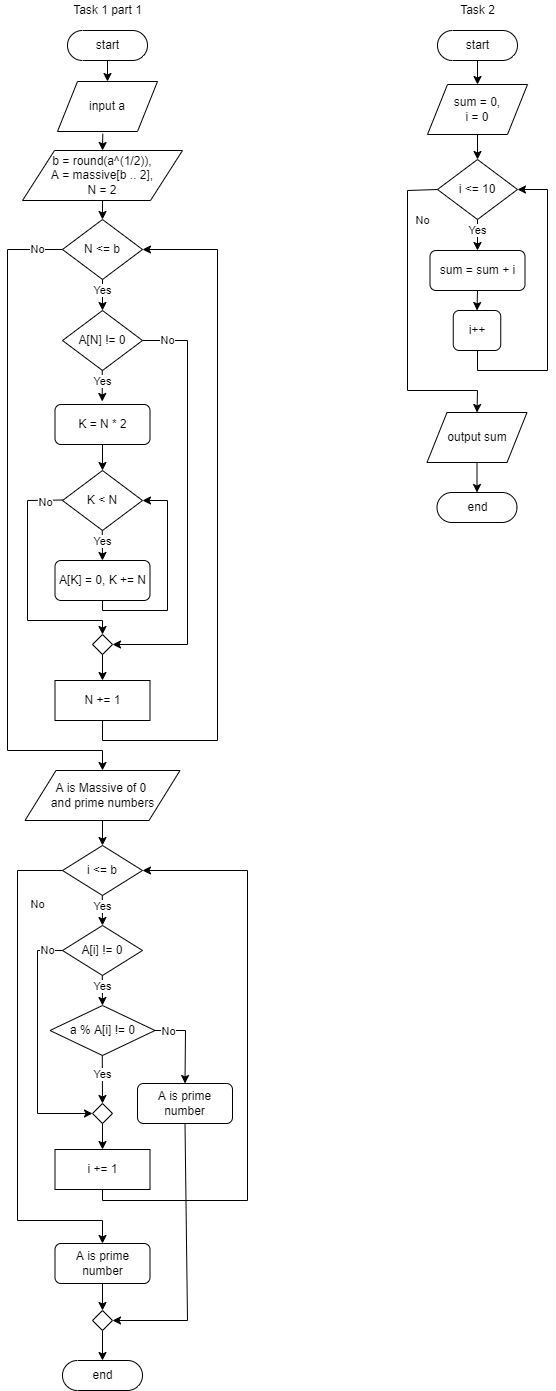
The draw.io diagram homework2/task1.1.drawio.png in RozaBlack/algoritms, before a commit. Source tidied: cells renumbered, new cells last; positions are measured from the earlier drawing's top-left corner, leaving out a move shared by most shapes.
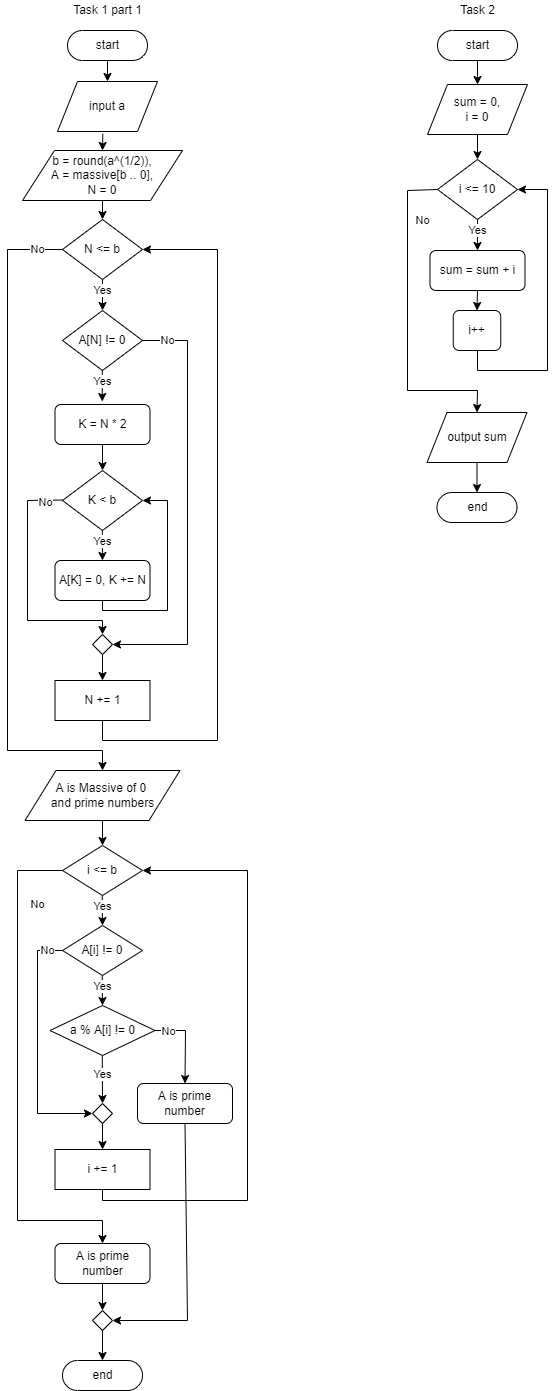
After the commit.

Diff of the diagram source:
```diff
@@ -11,7 +11,7 @@
     <mxCell id="4" value="input a" style="shape=parallelogram;perimeter=parallelogramPerimeter;whiteSpace=wrap;html=1;dashed=0;" parent="1" vertex="1">
       <mxGeometry x="50" y="81" width="100" height="50" as="geometry" />
     </mxCell>
-    <mxCell id="5" value="b = round(a^(1/2)),&lt;br&gt;A = massive[b .. 2],&lt;br&gt;N = 2" style="shape=parallelogram;perimeter=parallelogramPerimeter;whiteSpace=wrap;html=1;dashed=0;" parent="1" vertex="1">
+    <mxCell id="5" value="b = round(a^(1/2)),&lt;br&gt;A = massive[b .. 0],&lt;br&gt;N = 0" style="shape=parallelogram;perimeter=parallelogramPerimeter;whiteSpace=wrap;html=1;dashed=0;" parent="1" vertex="1">
       <mxGeometry x="15" y="150" width="160" height="50" as="geometry" />
     </mxCell>
     <mxCell id="6" value="N &amp;lt;= b" style="rhombus;whiteSpace=wrap;html=1;" parent="1" vertex="1">
@@ -55,7 +55,7 @@
         <mxPoint y="-5" as="offset" />
       </mxGeometry>
     </mxCell>
-    <mxCell id="14" value="K &amp;lt; N" style="rhombus;whiteSpace=wrap;html=1;" parent="1" vertex="1">
+    <mxCell id="14" value="K &amp;lt; b" style="rhombus;whiteSpace=wrap;html=1;" parent="1" vertex="1">
       <mxGeometry x="55" y="470" width="80" height="60" as="geometry" />
     </mxCell>
     <mxCell id="15" style="endArrow=classic;html=1;rounded=0;exitX=0;exitY=0.5;exitDx=0;exitDy=0;entryX=0.5;entryY=0;entryDx=0;entryDy=0;" parent="1" edge="1" target="21">
```
